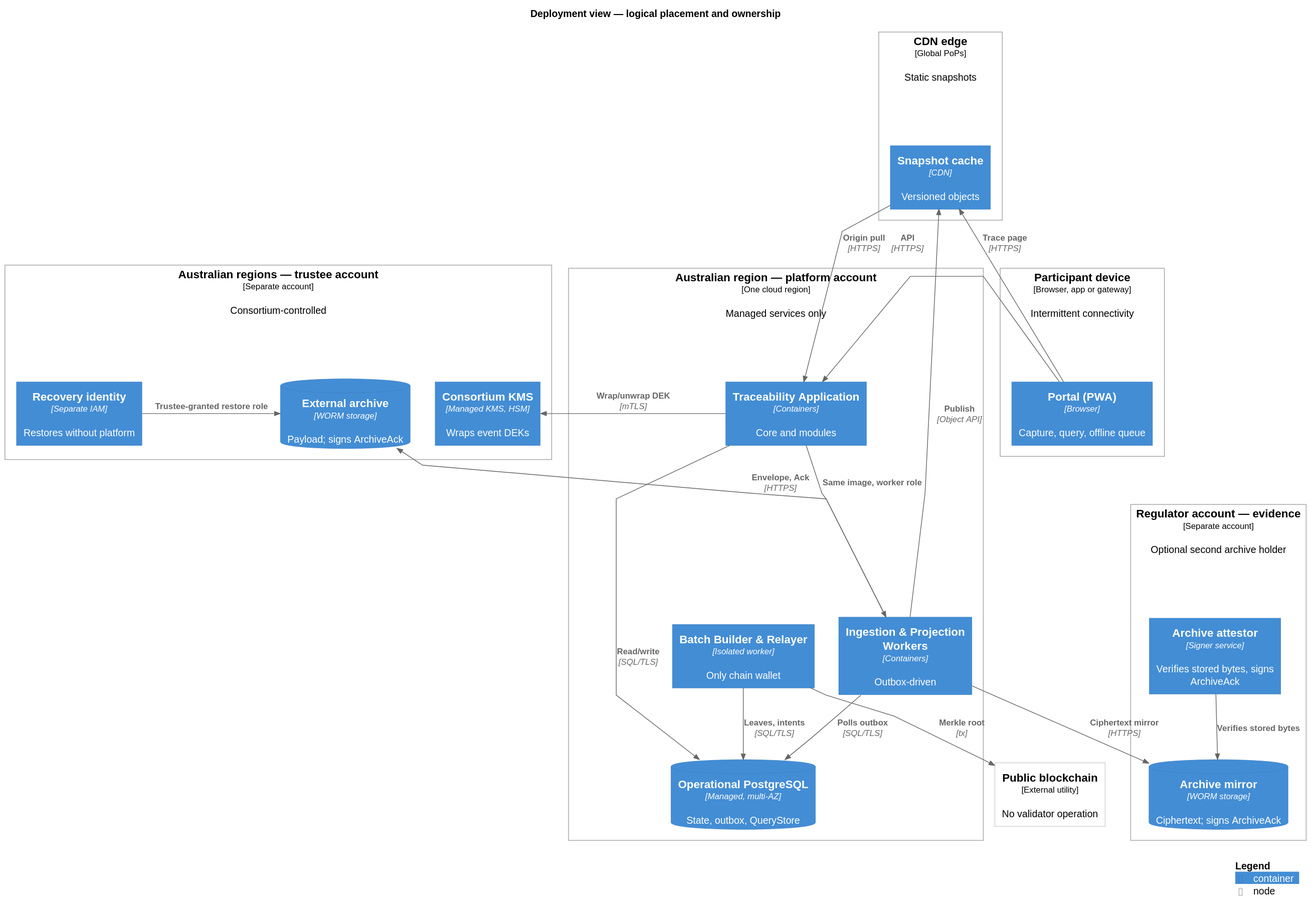
kuangshen04/48433assignment keeps this PlantUML diagram as docs/public/diagrams/c4-deployment.svg. Above is the earlier version.
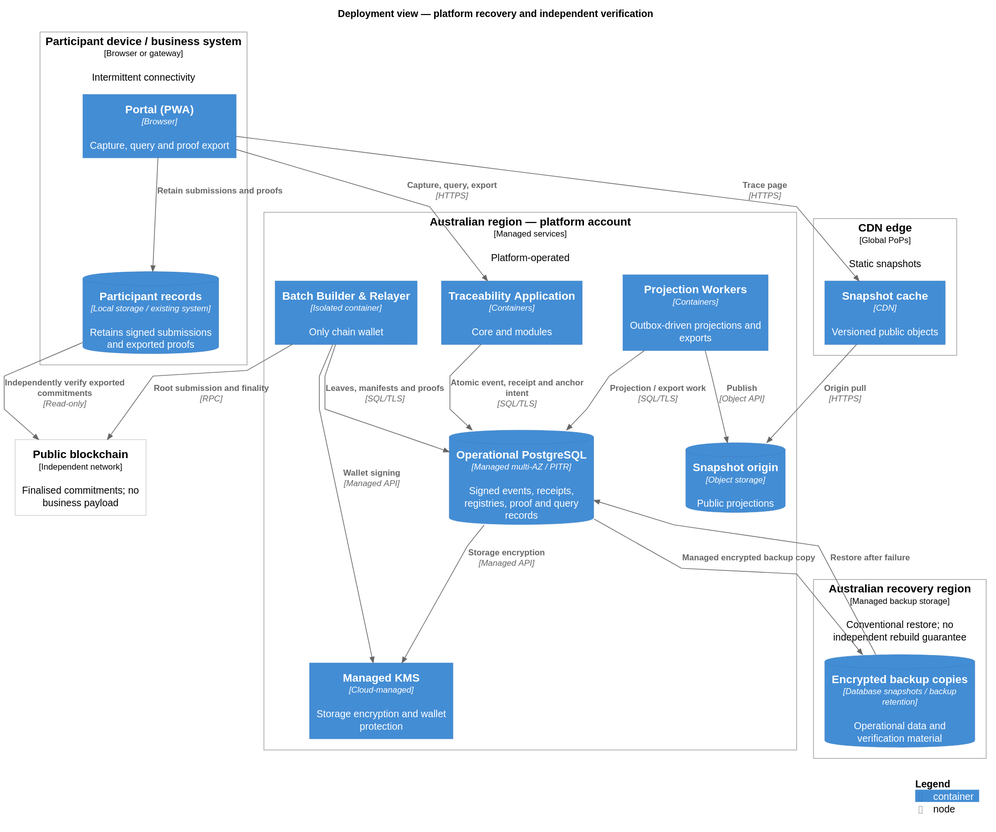
After the commit.

What changed in the source:
```diff
@@ -2,50 +2,40 @@
 !include ../vendor/C4_Deployment.puml
 !include ../vendor/style.puml
 
-title Deployment view — logical placement and ownership
+title Deployment view — platform recovery and independent verification
 
-Deployment_Node(device, "Participant device", "Browser, app or gateway", "Intermittent connectivity") {
-  Container(pwa, "Portal (PWA)", "Browser", "Capture, query, offline queue")
+Deployment_Node(device, "Participant device / business system", "Browser or gateway", "Intermittent connectivity") {
+  Container(pwa, "Portal (PWA)", "Browser", "Capture, query and proof export")
+  ContainerDb(local, "Participant records", "Local storage / existing system", "Retains signed submissions and exported proofs")
 }
-
 Deployment_Node(edge, "CDN edge", "Global PoPs", "Static snapshots") {
-  Container(cdn, "Snapshot cache", "CDN", "Versioned objects")
+  Container(cdn, "Snapshot cache", "CDN", "Versioned public objects")
 }
-
-Deployment_Node(region, "Australian region — platform account", "One cloud region", "Managed services only") {
+Deployment_Node(region, "Australian region — platform account", "Managed services", "Platform-operated") {
   Container(app, "Traceability Application", "Containers", "Core and modules")
-  Container(workers, "Ingestion & Projection Workers", "Containers", "Outbox-driven")
-  Container(relayer, "Batch Builder & Relayer", "Isolated worker", "Only chain wallet")
-  ContainerDb(db, "Operational PostgreSQL", "Managed, multi-AZ", "State, outbox, QueryStore")
+  Container(workers, "Projection Workers", "Containers", "Outbox-driven projections and exports")
+  Container(relayer, "Batch Builder & Relayer", "Isolated container", "Only chain wallet")
+  ContainerDb(db, "Operational PostgreSQL", "Managed multi-AZ / PITR", "Signed events, receipts, registries, proof and query records")
+  ContainerDb(snapshots, "Snapshot origin", "Object storage", "Public projections")
+  Container(kms, "Managed KMS", "Cloud-managed", "Storage encryption and wallet protection")
 }
-
-Deployment_Node(trustee, "Australian regions — trustee account", "Separate account", "Consortium-controlled") {
-  ContainerDb(archive, "External archive", "WORM storage", "Payload; signs ArchiveAck")
-  Container(kms, "Consortium KMS", "Managed KMS, HSM", "Wraps event DEKs")
-  Container(recovery, "Recovery identity", "Separate IAM", "Restores without platform")
+Deployment_Node(dr, "Australian recovery region", "Managed backup storage", "Conventional restore; no independent rebuild guarantee") {
+  ContainerDb(backup, "Encrypted backup copies", "Database snapshots / backup retention", "Operational data and verification material")
 }
-
-Deployment_Node(regarch, "Regulator account — evidence", "Separate account", "Optional second archive holder") {
-  ContainerDb(regmirror, "Archive mirror", "WORM storage", "Ciphertext; signs ArchiveAck")
-  Container(attestor, "Archive attestor", "Signer service", "Verifies stored bytes, signs ArchiveAck")
-}
-
-Deployment_Node(chainNet, "Public blockchain", "External utility", "No validator operation")
-
-Rel_Down(pwa, app, "API", "HTTPS")
-Rel_Down(app, db, "Read/write", "SQL/TLS")
-Rel_Down(app, workers, "Same image, worker role")
-Rel_Down(workers, db, "Polls outbox", "SQL/TLS")
-Rel_Left(app, kms, "Wrap/unwrap DEK", "mTLS")
-Rel_Left(workers, archive, "Envelope, Ack", "HTTPS")
-Rel(workers, cdn, "Publish", "Object API")
-Rel_Down(relayer, db, "Leaves, intents", "SQL/TLS")
-Rel(relayer, chainNet, "Merkle root", "tx")
-Rel_Up(pwa, cdn, "Trace page", "HTTPS")
-Rel(cdn, app, "Origin pull", "HTTPS")
-Rel_Down(workers, regmirror, "Ciphertext mirror", "HTTPS")
-Rel_Down(attestor, regmirror, "Verifies stored bytes")
-Rel_Right(recovery, archive, "Trustee-granted restore role")
-
+Deployment_Node(chainNet, "Public blockchain", "Independent network", "Finalised commitments; no business payload")
+Rel(pwa, local, "Retain submissions and proofs")
+Rel(pwa, app, "Capture, query, export", "HTTPS")
+Rel(app, db, "Atomic event, receipt and anchor intent", "SQL/TLS")
+Rel(workers, db, "Projection / export work", "SQL/TLS")
+Rel(workers, snapshots, "Publish", "Object API")
+Rel(cdn, snapshots, "Origin pull", "HTTPS")
+Rel(pwa, cdn, "Trace page", "HTTPS")
+Rel(relayer, db, "Leaves, manifests and proofs", "SQL/TLS")
+Rel(relayer, chainNet, "Root submission and finality", "RPC")
+Rel(relayer, kms, "Wallet signing", "Managed API")
+Rel(db, kms, "Storage encryption", "Managed API")
+Rel(db, backup, "Managed encrypted backup copy")
+Rel(backup, db, "Restore after failure")
+Rel(local, chainNet, "Independently verify exported commitments", "Read-only")
 SHOW_LEGEND()
 @enduml
```
